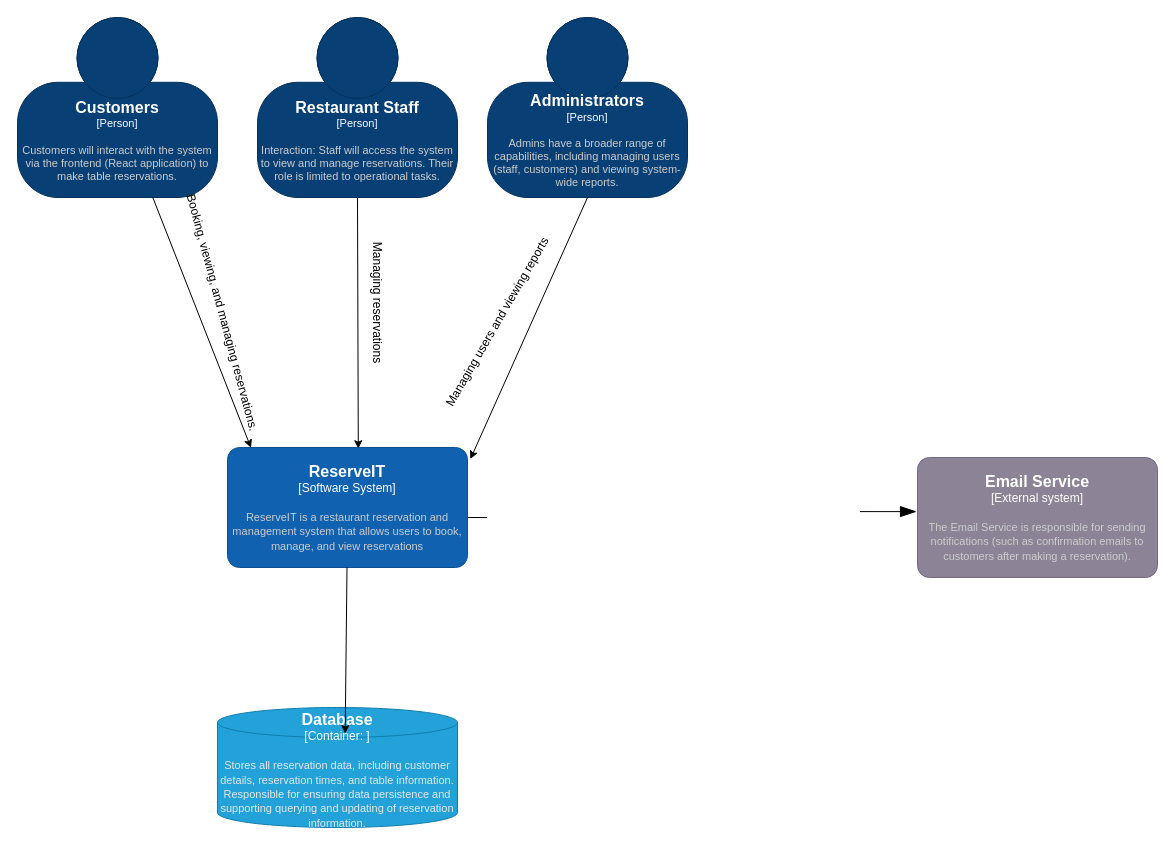
Before: doc/C4 level 1.drawio in Premium1221/ReserveIT, a draw.io diagram. Source tidied: cells renumbered, new cells numbered last; positions are measured from the earlier drawing's top-left corner, leaving out a move shared by most shapes. Both pictures are drawn from the tidied source at 100%, with x=0, y=0 at pixel (17, 17).
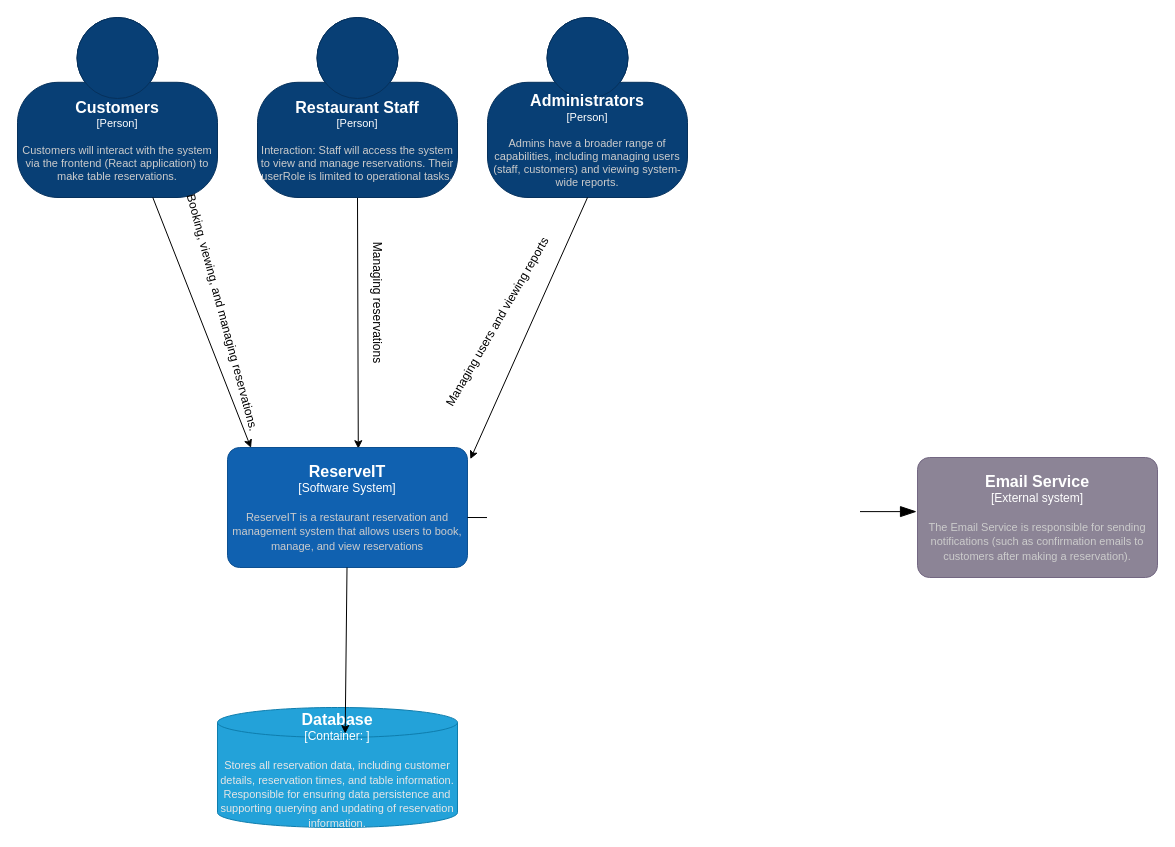
The same page after the edit.

The edit, as a diff of the source:
```diff
@@
-    <object id="13" label="&lt;font style=&quot;font-size: 16px&quot;&gt;&lt;b&gt;%c4Name%&lt;/b&gt;&lt;/font&gt;&lt;div&gt;[%c4Type%]&lt;/div&gt;&lt;br&gt;&lt;div&gt;&lt;font style=&quot;font-size: 11px&quot;&gt;&lt;font color=&quot;#cccccc&quot;&gt;%c4Description%&lt;/font&gt;&lt;/div&gt;" c4Description="Interaction: Staff will access the system to view and manage reservations. Their role is limited to operational tasks." c4Name="Restaurant Staff" c4Type="Person" placeholders="1">
+    <object id="13" label="&lt;font style=&quot;font-size: 16px&quot;&gt;&lt;b&gt;%c4Name%&lt;/b&gt;&lt;/font&gt;&lt;div&gt;[%c4Type%]&lt;/div&gt;&lt;br&gt;&lt;div&gt;&lt;font style=&quot;font-size: 11px&quot;&gt;&lt;font color=&quot;#cccccc&quot;&gt;%c4Description%&lt;/font&gt;&lt;/div&gt;" c4Description="Interaction: Staff will access the system to view and manage reservations. Their userRole is limited to operational tasks." c4Name="Restaurant Staff" c4Type="Person" placeholders="1">
       <mxCell style="html=1;fontSize=11;dashed=0;whiteSpace=wrap;fillColor=#083F75;strokeColor=#06315C;fontColor=#ffffff;shape=mxgraph.c4.person2;align=center;" parent="1" vertex="1">
         <mxGeometry x="240" width="200" height="180" as="geometry" />
       </mxCell>
     </object>
```
